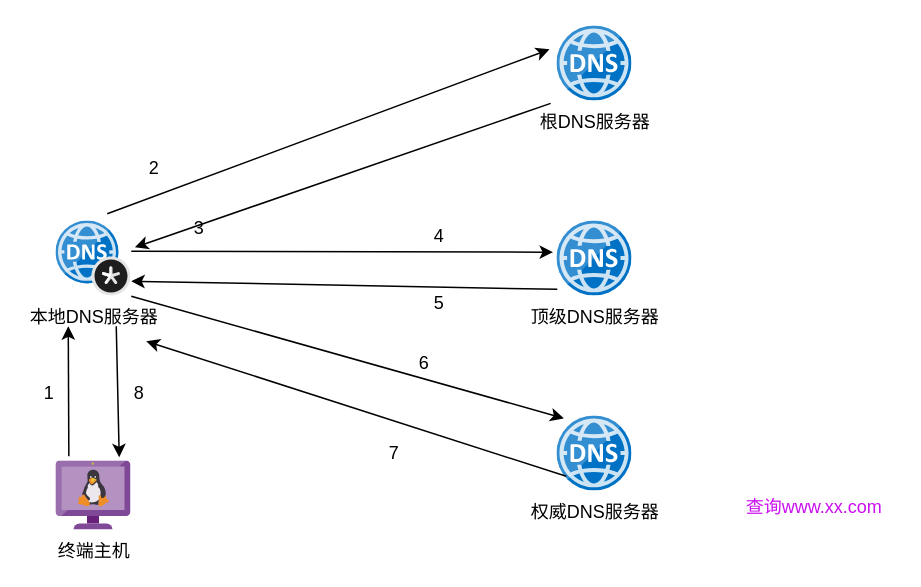
Earlier version of the draw.io diagram DNS查询过程.drawio (wintrysec/img). Source tidied: cells renumbered, new cells numbered last; positions are measured from the earlier drawing's top-left corner, leaving out a move shared by most shapes. Both pictures are drawn from the tidied source at 150%, with x=0, y=0 at pixel (26, 26).
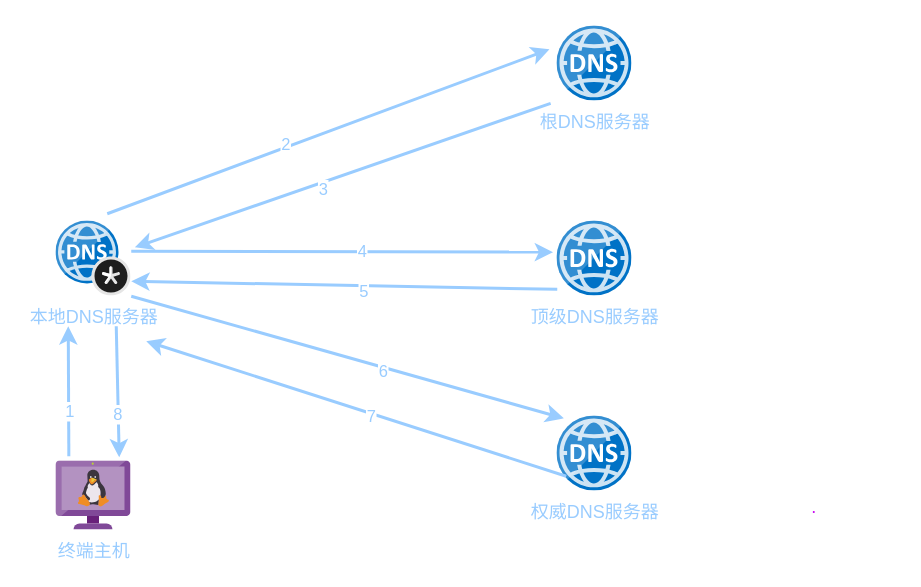
The same diagram, later.

Commit message (it also covers changes not shown here):
更新DNS查询过程.drawio

Change to the diagram source:
```diff
@@
-    <mxCell id="2" value="本地DNS服务器" style="sketch=0;html=1;points=[];align=center;image;fontSize=12;image=img/lib/mscae/DNS_Private_Zones.svg;" parent="1" vertex="1">
+    <mxCell id="2" value="&lt;font color=&quot;#99ccff&quot;&gt;本地DNS服务器&lt;/font&gt;" style="sketch=0;html=1;points=[];align=center;image;fontSize=12;image=img/lib/mscae/DNS_Private_Zones.svg;" parent="1" vertex="1">
       <mxGeometry x="20" y="130" width="50" height="50" as="geometry" />
     </mxCell>
-    <mxCell id="3" value="根DNS服务器" style="sketch=0;html=1;points=[];align=center;image;fontSize=12;image=img/lib/mscae/DNS.svg;" parent="1" vertex="1">
+    <mxCell id="3" value="&lt;font color=&quot;#99ccff&quot;&gt;根DNS服务器&lt;/font&gt;" style="sketch=0;html=1;points=[];align=center;image;fontSize=12;image=img/lib/mscae/DNS.svg;" parent="1" vertex="1">
       <mxGeometry x="354" width="50" height="50" as="geometry" />
     </mxCell>
-    <mxCell id="4" value="顶级DNS服务器" style="sketch=0;html=1;points=[];align=center;image;fontSize=12;image=img/lib/mscae/DNS.svg;" parent="1" vertex="1">
+    <mxCell id="4" value="&lt;font color=&quot;#99ccff&quot;&gt;顶级DNS服务器&lt;/font&gt;" style="sketch=0;html=1;points=[];align=center;image;fontSize=12;image=img/lib/mscae/DNS.svg;" parent="1" vertex="1">
       <mxGeometry x="354" y="130" width="50" height="50" as="geometry" />
     </mxCell>
-    <mxCell id="5" value="权威DNS服务器" style="sketch=0;html=1;points=[];align=center;image;fontSize=12;image=img/lib/mscae/DNS.svg;" parent="1" vertex="1">
+    <mxCell id="5" value="&lt;font color=&quot;#99ccff&quot;&gt;权威DNS服务器&lt;/font&gt;" style="sketch=0;html=1;points=[];align=center;image;fontSize=12;image=img/lib/mscae/DNS.svg;" parent="1" vertex="1">
       <mxGeometry x="354" y="260" width="50" height="50" as="geometry" />
     </mxCell>
-    <mxCell id="6" value="终端主机" style="sketch=0;html=1;points=[];align=center;image;fontSize=12;image=img/lib/mscae/VM_Linux_Non_Azure.svg;" parent="1" vertex="1">
+    <mxCell id="6" value="&lt;font color=&quot;#99ccff&quot;&gt;终端主机&lt;/font&gt;" style="sketch=0;html=1;points=[];align=center;image;fontSize=12;image=img/lib/mscae/VM_Linux_Non_Azure.svg;" parent="1" vertex="1">
       <mxGeometry x="20" y="290" width="50" height="46" as="geometry" />
     </mxCell>
-    <mxCell id="7" style="edgeStyle=none;jettySize=auto;html=1;rounded=0;exitX=0.168;exitY=-0.074;exitDx=0;exitDy=0;exitPerimeter=0;" parent="1" edge="1" source="6">
+    <mxCell id="7" style="edgeStyle=none;jettySize=auto;html=1;rounded=0;exitX=0.168;exitY=-0.074;exitDx=0;exitDy=0;exitPerimeter=0;strokeWidth=2;strokeColor=#99CCFF;" parent="1" edge="1" source="6">
       <mxGeometry relative="1" as="geometry">
         <mxPoint x="28" y="200" as="targetPoint" />
       </mxGeometry>
     </mxCell>
+    <mxCell id="9" value="1" style="edgeLabel;html=1;align=center;verticalAlign=middle;fontColor=#99CCFF;" parent="7" vertex="1">
+      <mxGeometry x="-0.31" relative="1" as="geometry" />
+    </mxCell>
-    <mxCell id="8" style="edgeStyle=none;jettySize=auto;html=1;rounded=0;entryX=0.84;entryY=-0.057;entryDx=0;entryDy=0;entryPerimeter=0;" parent="1" edge="1" target="6">
+    <mxCell id="8" style="edgeStyle=none;jettySize=auto;html=1;rounded=0;entryX=0.84;entryY=-0.057;entryDx=0;entryDy=0;entryPerimeter=0;strokeWidth=2;strokeColor=#99CCFF;" parent="1" edge="1" target="6">
       <mxGeometry relative="1" as="geometry">
         <mxPoint x="60" y="200" as="sourcePoint" />
       </mxGeometry>
     </mxCell>
-    <mxCell id="9" value="1" style="text;html=1;align=center;verticalAlign=middle;fillColor=none;strokeColor=none;rounded=0;" parent="1" vertex="1">
-      <mxGeometry y="230" width="30" height="30" as="geometry" />
-    </mxCell>
-    <mxCell id="10" value="8" style="text;html=1;align=center;verticalAlign=middle;fillColor=none;strokeColor=none;rounded=0;" parent="1" vertex="1">
-      <mxGeometry x="60" y="230" width="30" height="30" as="geometry" />
+    <mxCell id="10" value="8" style="edgeLabel;html=1;align=center;verticalAlign=middle;fontColor=#99CCFF;" parent="8" vertex="1">
+      <mxGeometry x="0.32" y="-1" relative="1" as="geometry" />
     </mxCell>
-    <mxCell id="11" style="edgeStyle=none;jettySize=auto;html=1;rounded=0;exitX=0.68;exitY=-0.1;exitDx=0;exitDy=0;exitPerimeter=0;entryX=-0.104;entryY=0.308;entryDx=0;entryDy=0;entryPerimeter=0;" parent="1" edge="1" source="2" target="3">
+    <mxCell id="11" style="edgeStyle=none;jettySize=auto;html=1;rounded=0;exitX=0.68;exitY=-0.1;exitDx=0;exitDy=0;exitPerimeter=0;entryX=-0.104;entryY=0.308;entryDx=0;entryDy=0;entryPerimeter=0;strokeColor=#99CCFF;strokeWidth=2;" parent="1" edge="1" source="2" target="3">
       <mxGeometry relative="1" as="geometry" />
     </mxCell>
+    <mxCell id="13" value="2" style="edgeLabel;html=1;align=center;verticalAlign=middle;fontColor=#99CCFF;" parent="11" vertex="1">
+      <mxGeometry x="-0.19" y="2" relative="1" as="geometry" />
+    </mxCell>
-    <mxCell id="12" style="edgeStyle=none;jettySize=auto;html=1;rounded=0;entryX=1.048;entryY=0.348;entryDx=0;entryDy=0;entryPerimeter=0;exitX=-0.088;exitY=1.028;exitDx=0;exitDy=0;exitPerimeter=0;" parent="1" edge="1" source="3" target="2">
+    <mxCell id="12" style="edgeStyle=none;jettySize=auto;html=1;rounded=0;entryX=1.048;entryY=0.348;entryDx=0;entryDy=0;entryPerimeter=0;exitX=-0.088;exitY=1.028;exitDx=0;exitDy=0;exitPerimeter=0;strokeColor=#99CCFF;strokeWidth=2;" parent="1" edge="1" source="3" target="2">
       <mxGeometry relative="1" as="geometry" />
     </mxCell>
-    <mxCell id="13" value="2" style="text;html=1;align=center;verticalAlign=middle;fillColor=none;strokeColor=none;rounded=0;" parent="1" vertex="1">
-      <mxGeometry x="70" y="80" width="30" height="30" as="geometry" />
-    </mxCell>
-    <mxCell id="14" value="3" style="text;html=1;align=center;verticalAlign=middle;fillColor=none;strokeColor=none;rounded=0;" parent="1" vertex="1">
-      <mxGeometry x="100" y="120" width="30" height="30" as="geometry" />
+    <mxCell id="14" value="3" style="edgeLabel;html=1;align=center;verticalAlign=middle;fontColor=#99CCFF;" parent="12" vertex="1">
+      <mxGeometry x="0.11" y="4" relative="1" as="geometry">
+        <mxPoint x="1" as="offset" />
+      </mxGeometry>
     </mxCell>
-    <mxCell id="15" style="edgeStyle=none;jettySize=auto;html=1;rounded=0;entryX=-0.056;entryY=0.412;entryDx=0;entryDy=0;entryPerimeter=0;" parent="1" edge="1" target="4">
+    <mxCell id="15" style="edgeStyle=none;jettySize=auto;html=1;rounded=0;entryX=-0.056;entryY=0.412;entryDx=0;entryDy=0;entryPerimeter=0;strokeWidth=2;strokeColor=#99CCFF;" parent="1" edge="1" target="4">
       <mxGeometry relative="1" as="geometry">
         <mxPoint x="70" y="150" as="sourcePoint" />
       </mxGeometry>
     </mxCell>
+    <mxCell id="19" value="4" style="edgeLabel;html=1;align=center;verticalAlign=middle;fontColor=#99CCFF;" parent="15" vertex="1">
+      <mxGeometry x="0.09" y="1" relative="1" as="geometry" />
+    </mxCell>
-    <mxCell id="16" style="edgeStyle=none;jettySize=auto;html=1;rounded=0;entryX=1;entryY=0.8;entryDx=0;entryDy=0;entryPerimeter=0;exitX=0;exitY=0.908;exitDx=0;exitDy=0;exitPerimeter=0;" parent="1" edge="1" source="4" target="2">
+    <mxCell id="16" style="edgeStyle=none;jettySize=auto;html=1;rounded=0;entryX=1;entryY=0.8;entryDx=0;entryDy=0;entryPerimeter=0;exitX=0;exitY=0.908;exitDx=0;exitDy=0;exitPerimeter=0;strokeColor=#99CCFF;strokeWidth=2;" parent="1" edge="1" source="4" target="2">
       <mxGeometry relative="1" as="geometry" />
     </mxCell>
+    <mxCell id="20" value="5" style="edgeLabel;html=1;align=center;verticalAlign=middle;fontColor=#99CCFF;" parent="16" vertex="1">
+      <mxGeometry x="-0.09" y="4" relative="1" as="geometry" />
+    </mxCell>
-    <mxCell id="17" style="edgeStyle=none;jettySize=auto;html=1;rounded=0;entryX=0.088;entryY=0.028;entryDx=0;entryDy=0;entryPerimeter=0;" parent="1" edge="1" target="5">
+    <mxCell id="17" style="edgeStyle=none;jettySize=auto;html=1;rounded=0;entryX=0.088;entryY=0.028;entryDx=0;entryDy=0;entryPerimeter=0;strokeWidth=2;strokeColor=#99CCFF;" parent="1" edge="1" target="5">
       <mxGeometry relative="1" as="geometry">
         <mxPoint x="70" y="180" as="sourcePoint" />
       </mxGeometry>
     </mxCell>
+    <mxCell id="21" value="6" style="edgeLabel;html=1;align=center;verticalAlign=middle;fontColor=#99CCFF;" parent="17" vertex="1">
+      <mxGeometry x="0.17" y="-2" relative="1" as="geometry" />
+    </mxCell>
-    <mxCell id="18" style="edgeStyle=none;jettySize=auto;html=1;rounded=0;exitX=0.12;exitY=0.8;exitDx=0;exitDy=0;exitPerimeter=0;" parent="1" edge="1" source="5">
+    <mxCell id="18" style="edgeStyle=none;jettySize=auto;html=1;rounded=0;exitX=0.12;exitY=0.8;exitDx=0;exitDy=0;exitPerimeter=0;strokeWidth=2;strokeColor=#99CCFF;" parent="1" edge="1" source="5">
       <mxGeometry relative="1" as="geometry">
         <mxPoint x="80" y="210" as="targetPoint" />
       </mxGeometry>
     </mxCell>
-    <mxCell id="19" value="4" style="text;html=1;align=center;verticalAlign=middle;fillColor=none;strokeColor=none;rounded=0;" parent="1" vertex="1">
-      <mxGeometry x="260" y="125" width="30" height="30" as="geometry" />
-    </mxCell>
-    <mxCell id="20" value="5" style="text;html=1;align=center;verticalAlign=middle;fillColor=none;strokeColor=none;rounded=0;" parent="1" vertex="1">
-      <mxGeometry x="260" y="170" width="30" height="30" as="geometry" />
-    </mxCell>
-    <mxCell id="21" value="6" style="text;html=1;align=center;verticalAlign=middle;fillColor=none;strokeColor=none;rounded=0;" parent="1" vertex="1">
-      <mxGeometry x="250" y="210" width="30" height="30" as="geometry" />
-    </mxCell>
-    <mxCell id="22" value="7" style="text;html=1;align=center;verticalAlign=middle;fillColor=none;strokeColor=none;rounded=0;" parent="1" vertex="1">
-      <mxGeometry x="230" y="270" width="30" height="30" as="geometry" />
+    <mxCell id="22" value="7" style="edgeLabel;html=1;align=center;verticalAlign=middle;fontColor=#99CCFF;" parent="18" vertex="1">
+      <mxGeometry x="-0.07" y="1" relative="1" as="geometry" />
     </mxCell>
-    <mxCell id="23" value="&lt;font color=&quot;#ca0ef0&quot;&gt;查询www.xx.com&lt;/font&gt;" style="text;html=1;align=center;verticalAlign=middle;fillColor=none;strokeColor=none;rounded=0;" parent="1" vertex="1">
-      <mxGeometry x="470" y="306" width="110" height="30" as="geometry" />
+    <mxCell id="23" value="&lt;font color=&quot;#ca0ef0&quot;&gt;.&lt;/font&gt;" style="text;html=1;align=center;verticalAlign=middle;fillColor=none;strokeColor=none;rounded=0;" parent="1" vertex="1">
+      <mxGeometry x="510" y="306" width="30" height="30" as="geometry" />
     </mxCell>
```
